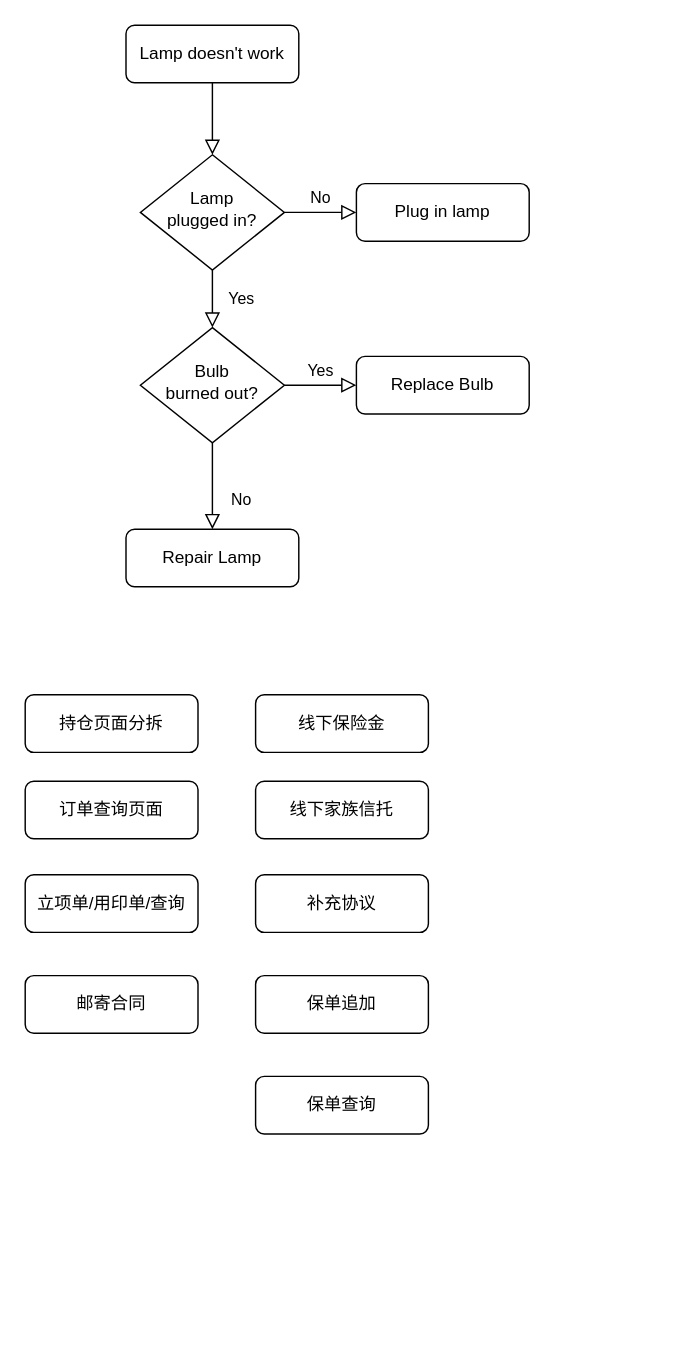
jmy99527/chapter1 keeps this draw.io diagram as cjb_work_plan.drawio. Above is the earlier version. Source tidied: cells renumbered, new cells numbered last; positions are measured from the earlier drawing's top-left corner, leaving out a move shared by most shapes. Both pictures are drawn from the tidied source at 144%, with x=0, y=0 at pixel (24, 24).
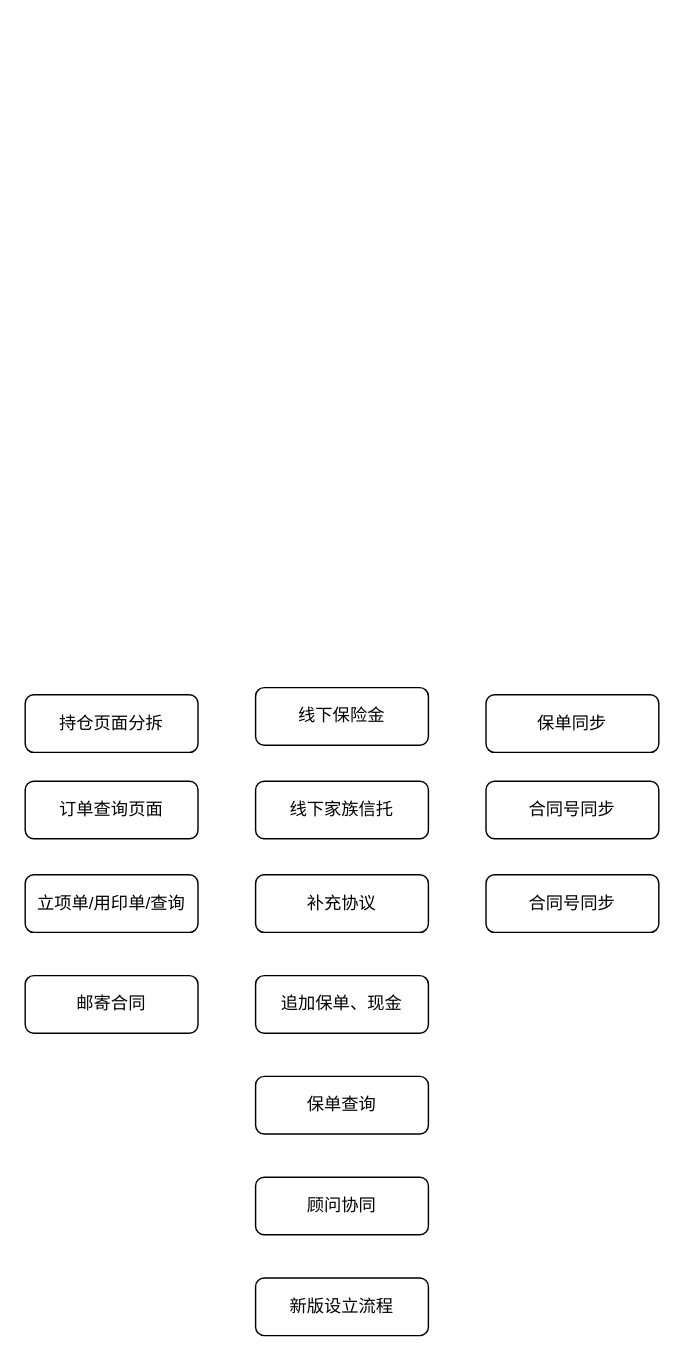
The same diagram, later.

What changed in the source:
```diff
@@
-    <mxCell id="2" style="rounded=0;html=1;jettySize=auto;fontSize=11;endArrow=block;endFill=0;endSize=8;strokeWidth=1;shadow=0;labelBackgroundColor=none;edgeStyle=orthogonalEdgeStyle;" parent="1" edge="1" source="3" target="6">
-      <mxGeometry relative="1" as="geometry" />
-    </mxCell>
-    <mxCell id="3" value="Lamp doesn't work" style="rounded=1;whiteSpace=wrap;html=1;fontSize=12;glass=0;strokeWidth=1;shadow=0;" parent="1" vertex="1">
-      <mxGeometry x="70" width="120" height="40" as="geometry" />
-    </mxCell>
-    <mxCell id="4" value="Yes" style="rounded=0;html=1;jettySize=auto;fontSize=11;endArrow=block;endFill=0;endSize=8;strokeWidth=1;shadow=0;labelBackgroundColor=none;edgeStyle=orthogonalEdgeStyle;" parent="1" edge="1" source="6" target="10">
-      <mxGeometry y="20" relative="1" as="geometry" />
-    </mxCell>
-    <mxCell id="5" value="No" style="edgeStyle=orthogonalEdgeStyle;rounded=0;html=1;jettySize=auto;fontSize=11;endArrow=block;endFill=0;endSize=8;strokeWidth=1;shadow=0;labelBackgroundColor=none;" parent="1" edge="1" source="6" target="7">
-      <mxGeometry y="10" relative="1" as="geometry" />
-    </mxCell>
-    <mxCell id="6" value="Lamp&lt;br&gt;plugged in?" style="rhombus;whiteSpace=wrap;html=1;shadow=0;fontFamily=Helvetica;fontSize=12;align=center;strokeWidth=1;spacing=6;spacingTop=-4;" parent="1" vertex="1">
-      <mxGeometry x="80" y="90" width="100" height="80" as="geometry" />
-    </mxCell>
-    <mxCell id="7" value="Plug in lamp" style="rounded=1;whiteSpace=wrap;html=1;fontSize=12;glass=0;strokeWidth=1;shadow=0;" parent="1" vertex="1">
-      <mxGeometry x="230" y="110" width="120" height="40" as="geometry" />
-    </mxCell>
-    <mxCell id="8" value="No" style="rounded=0;html=1;jettySize=auto;fontSize=11;endArrow=block;endFill=0;endSize=8;strokeWidth=1;shadow=0;labelBackgroundColor=none;edgeStyle=orthogonalEdgeStyle;" parent="1" edge="1" source="10" target="11">
-      <mxGeometry x="0.33" y="20" relative="1" as="geometry" />
-    </mxCell>
-    <mxCell id="9" value="Yes" style="edgeStyle=orthogonalEdgeStyle;rounded=0;html=1;jettySize=auto;fontSize=11;endArrow=block;endFill=0;endSize=8;strokeWidth=1;shadow=0;labelBackgroundColor=none;" parent="1" edge="1" source="10" target="12">
-      <mxGeometry y="10" relative="1" as="geometry" />
-    </mxCell>
-    <mxCell id="10" value="Bulb&lt;br&gt;burned out?" style="rhombus;whiteSpace=wrap;html=1;shadow=0;fontFamily=Helvetica;fontSize=12;align=center;strokeWidth=1;spacing=6;spacingTop=-4;" parent="1" vertex="1">
-      <mxGeometry x="80" y="210" width="100" height="80" as="geometry" />
-    </mxCell>
-    <mxCell id="11" value="Repair Lamp" style="rounded=1;whiteSpace=wrap;html=1;fontSize=12;glass=0;strokeWidth=1;shadow=0;" parent="1" vertex="1">
-      <mxGeometry x="70" y="350" width="120" height="40" as="geometry" />
-    </mxCell>
-    <mxCell id="12" value="Replace Bulb" style="rounded=1;whiteSpace=wrap;html=1;fontSize=12;glass=0;strokeWidth=1;shadow=0;" parent="1" vertex="1">
-      <mxGeometry x="230" y="230" width="120" height="40" as="geometry" />
-    </mxCell>
@@
     <mxCell id="16" value="线下保险金" style="rounded=1;whiteSpace=wrap;html=1;fontSize=12;glass=0;strokeWidth=1;shadow=0;" parent="1" vertex="1">
-      <mxGeometry x="160" y="465" width="120" height="40" as="geometry" />
+      <mxGeometry x="160" y="460" width="120" height="40" as="geometry" />
     </mxCell>
@@
-    <mxCell id="20" value="保单追加" style="rounded=1;whiteSpace=wrap;html=1;fontSize=12;glass=0;strokeWidth=1;shadow=0;" parent="1" vertex="1">
+    <mxCell id="20" value="追加保单、现金" style="rounded=1;whiteSpace=wrap;html=1;fontSize=12;glass=0;strokeWidth=1;shadow=0;" parent="1" vertex="1">
       <mxGeometry x="160" y="660" width="120" height="40" as="geometry" />
     </mxCell>
@@
+    <mxCell id="22" value="顾问协同" style="rounded=1;whiteSpace=wrap;html=1;fontSize=12;glass=0;strokeWidth=1;shadow=0;" parent="1" vertex="1">
+      <mxGeometry x="160" y="800" width="120" height="40" as="geometry" />
+    </mxCell>
+    <mxCell id="23" value="新版设立流程" style="rounded=1;whiteSpace=wrap;html=1;fontSize=12;glass=0;strokeWidth=1;shadow=0;" parent="1" vertex="1">
+      <mxGeometry x="160" y="870" width="120" height="40" as="geometry" />
+    </mxCell>
+    <mxCell id="24" value="保单同步" style="rounded=1;whiteSpace=wrap;html=1;fontSize=12;glass=0;strokeWidth=1;shadow=0;" parent="1" vertex="1">
+      <mxGeometry x="320" y="465" width="120" height="40" as="geometry" />
+    </mxCell>
+    <mxCell id="25" value="合同号同步" style="rounded=1;whiteSpace=wrap;html=1;fontSize=12;glass=0;strokeWidth=1;shadow=0;" parent="1" vertex="1">
+      <mxGeometry x="320" y="525" width="120" height="40" as="geometry" />
+    </mxCell>
+    <mxCell id="26" value="合同号同步" style="rounded=1;whiteSpace=wrap;html=1;fontSize=12;glass=0;strokeWidth=1;shadow=0;" parent="1" vertex="1">
+      <mxGeometry x="320" y="590" width="120" height="40" as="geometry" />
+    </mxCell>
```
